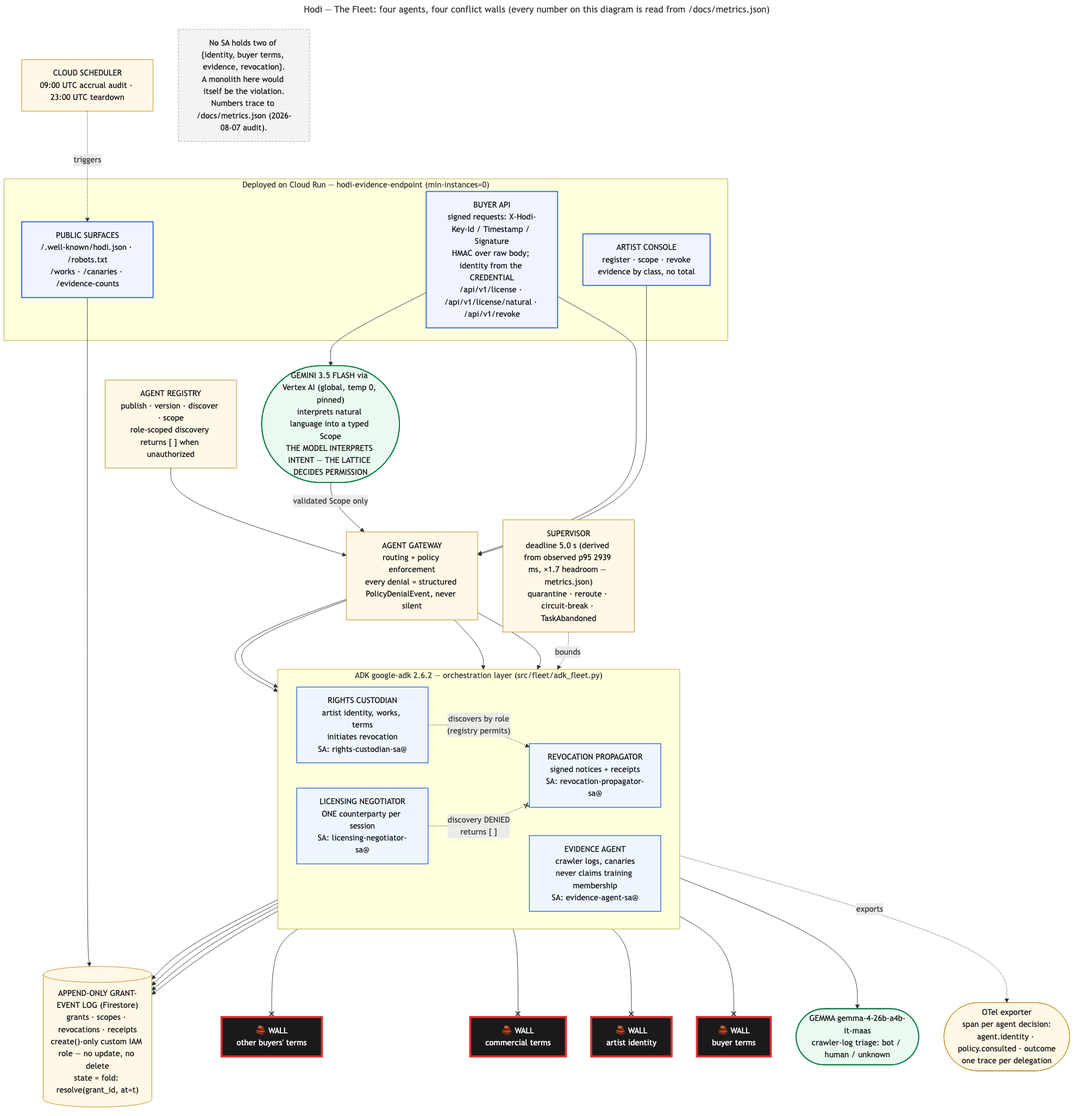
This is docs/architecture/diagram_a_the_fleet.png from Jeremiah-Sakuda/Hodi, a Mermaid export, as it was before one commit. Its source is kept beside it as docs/architecture/diagram_a_the_fleet.mmd.
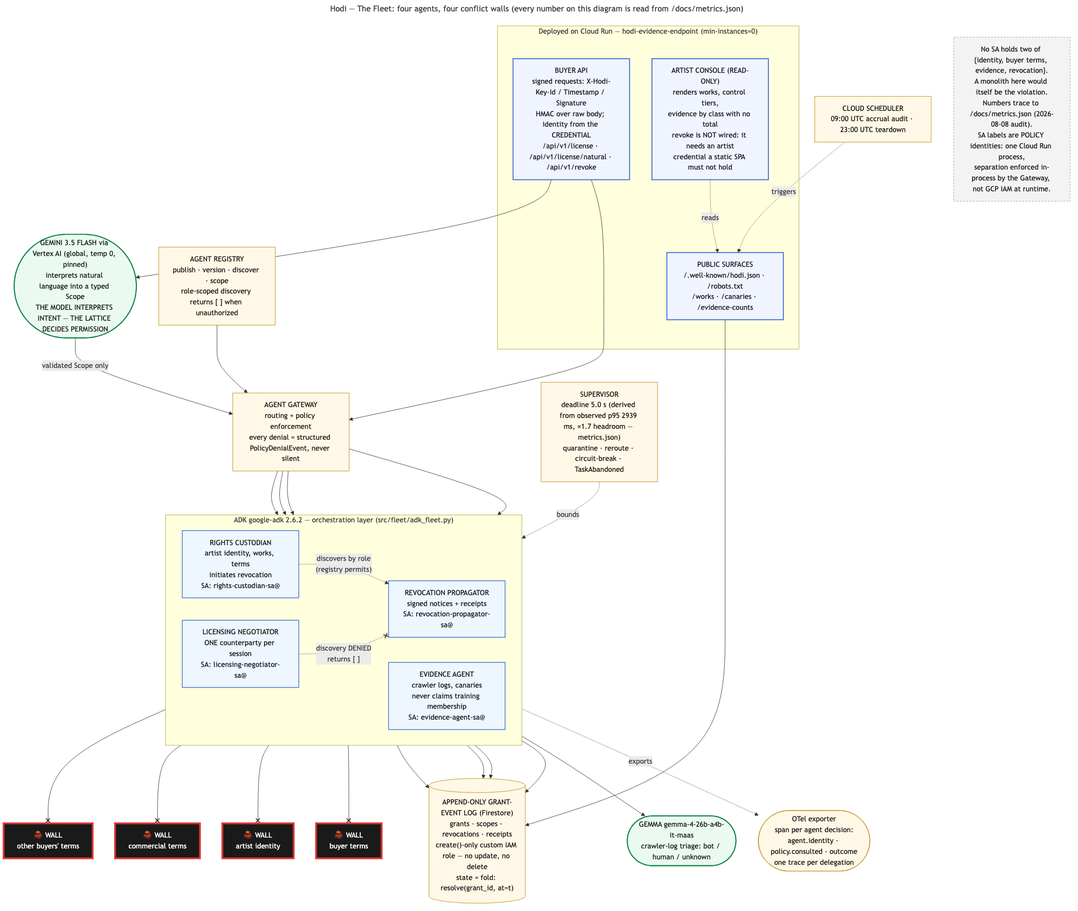
The same file after the commit.

The edit, as a diff of the source:
```diff
@@ -51,7 +51,7 @@
     subgraph DEPLOYED["Deployed on Cloud Run — hodi-evidence-endpoint (min-instances=0)"]
         API["BUYER API<br/>signed requests: X-Hodi-Key-Id / Timestamp / Signature<br/>HMAC over raw body; identity from the CREDENTIAL<br/>/api/v1/license · /api/v1/license/natural · /api/v1/revoke"]
         PUB["PUBLIC SURFACES<br/>/.well-known/hodi.json · /robots.txt<br/>/works · /canaries · /evidence-counts"]
-        CON["ARTIST CONSOLE<br/>register · scope · revoke<br/>evidence by class, no total"]
+        CON["ARTIST CONSOLE (READ-ONLY)<br/>renders works, control tiers,<br/>evidence by class with no total<br/>revoke is NOT wired: it needs an artist<br/>credential a static SPA must not hold"]
     end
 
     GEM(["GEMINI 3.5 FLASH via Vertex AI (global, temp 0, pinned)<br/>interprets natural language into a typed Scope<br/>THE MODEL INTERPRETS INTENT — THE LATTICE DECIDES PERMISSION"])
@@ -61,12 +61,12 @@
     API --> GEM
     GEM -- "validated Scope only" --> GW
     API --> GW
-    CON --> GW
+    CON -. reads .-> PUB
     PUB --> LOG
     EV --> GMA
     SCH -.triggers.-> PUB
 
-    NOTE["No SA holds two of {identity, buyer terms, evidence, revocation}.<br/>A monolith here would itself be the violation.<br/>Numbers trace to /docs/metrics.json (2026-08-07 audit)."]
+    NOTE["No SA holds two of {identity, buyer terms, evidence, revocation}.<br/>A monolith here would itself be the violation.<br/>Numbers trace to /docs/metrics.json (2026-08-08 audit).<br/>SA labels are POLICY identities: one Cloud Run process,<br/>separation enforced in-process by the Gateway, not GCP IAM at runtime."]
 
     classDef wall fill:#1a1a1a,color:#ffffff,stroke:#d33,stroke-width:4px
     classDef agent fill:#eef6ff,stroke:#3367d6,stroke-width:1.5px,color:#111
```
